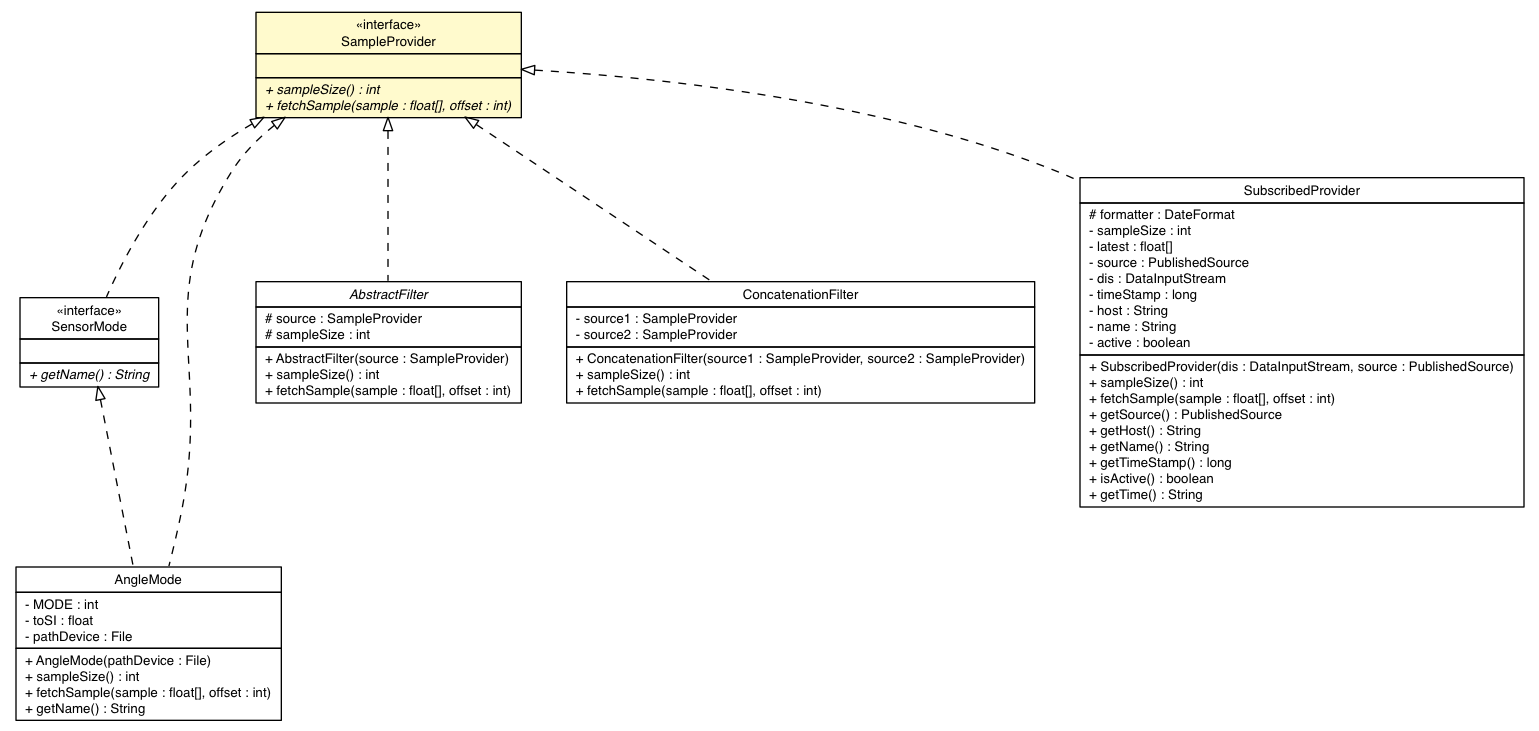
The Graphviz diagram docs/api/lejos/robotics/SampleProvider.png in DMyTryC/ev3dev-lang-java, before a commit. Its source is kept beside it as docs/api/lejos/robotics/SampleProvider.dot. The source it was exported from:
```dot

digraph G {
	edge [fontname="Helvetica",fontsize=10,labelfontname="Helvetica",labelfontsize=10];
	node [fontname="Helvetica",fontsize=10,shape=plaintext];
	nodesep=0.25;
	ranksep=0.5;
	c2984 [label=<<table title="ev3dev.hardware.sensor.SensorMode" border="0" cellborder="1" cellspacing="0" cellpadding="2" port="p" href="../../ev3dev/hardware/sensor/SensorMode.html">
		<tr><td><table border="0" cellspacing="0" cellpadding="1">
<tr><td align="center" balign="center"> &#171;interface&#187; </td></tr>
<tr><td align="center" balign="center"> SensorMode </td></tr>
		</table></td></tr>
		<tr><td><table border="0" cellspacing="0" cellpadding="1">
<tr><td align="left" balign="left">  </td></tr>
		</table></td></tr>
		<tr><td><table border="0" cellspacing="0" cellpadding="1">
<tr><td align="left" balign="left"><font face="Helvetica-Oblique" point-size="10.0"> + getName() : String </font></td></tr>
		</table></td></tr>
		</table>>, URL="../../ev3dev/hardware/sensor/SensorMode.html", fontname="Helvetica", fontcolor="black", fontsize=10.0];
	c2987 [label=<<table title="ev3dev.hardware.sensor.ev3.EV3GyroSensor.AngleMode" border="0" cellborder="1" cellspacing="0" cellpadding="2" port="p" href="../../ev3dev/hardware/sensor/ev3/EV3GyroSensor.AngleMode.html">
		<tr><td><table border="0" cellspacing="0" cellpadding="1">
<tr><td align="center" balign="center"> AngleMode </td></tr>
		</table></td></tr>
		<tr><td><table border="0" cellspacing="0" cellpadding="1">
<tr><td align="left" balign="left"> - MODE : int </td></tr>
<tr><td align="left" balign="left"> - toSI : float </td></tr>
<tr><td align="left" balign="left"> - pathDevice : File </td></tr>
		</table></td></tr>
		<tr><td><table border="0" cellspacing="0" cellpadding="1">
<tr><td align="left" balign="left"> + AngleMode(pathDevice : File) </td></tr>
<tr><td align="left" balign="left"> + sampleSize() : int </td></tr>
<tr><td align="left" balign="left"> + fetchSample(sample : float[], offset : int) </td></tr>
<tr><td align="left" balign="left"> + getName() : String </td></tr>
		</table></td></tr>
		</table>>, URL="../../ev3dev/hardware/sensor/ev3/EV3GyroSensor.AngleMode.html", fontname="Helvetica", fontcolor="black", fontsize=10.0];
	c2998 [label=<<table title="lejos.robotics.SampleProvider" border="0" cellborder="1" cellspacing="0" cellpadding="2" port="p" bgcolor="lemonChiffon" href="./SampleProvider.html">
		<tr><td><table border="0" cellspacing="0" cellpadding="1">
<tr><td align="center" balign="center"> &#171;interface&#187; </td></tr>
<tr><td align="center" balign="center"> SampleProvider </td></tr>
		</table></td></tr>
		<tr><td><table border="0" cellspacing="0" cellpadding="1">
<tr><td align="left" balign="left">  </td></tr>
		</table></td></tr>
		<tr><td><table border="0" cellspacing="0" cellpadding="1">
<tr><td align="left" balign="left"><font face="Helvetica-Oblique" point-size="10.0"> + sampleSize() : int </font></td></tr>
<tr><td align="left" balign="left"><font face="Helvetica-Oblique" point-size="10.0"> + fetchSample(sample : float[], offset : int) </font></td></tr>
		</table></td></tr>
		</table>>, URL="./SampleProvider.html", fontname="Helvetica", fontcolor="black", fontsize=10.0];
	c3002 [label=<<table title="lejos.robotics.filter.AbstractFilter" border="0" cellborder="1" cellspacing="0" cellpadding="2" port="p" href="./filter/AbstractFilter.html">
		<tr><td><table border="0" cellspacing="0" cellpadding="1">
<tr><td align="center" balign="center"><font face="Helvetica-Oblique"> AbstractFilter </font></td></tr>
		</table></td></tr>
		<tr><td><table border="0" cellspacing="0" cellpadding="1">
<tr><td align="left" balign="left"> # source : SampleProvider </td></tr>
<tr><td align="left" balign="left"> # sampleSize : int </td></tr>
		</table></td></tr>
		<tr><td><table border="0" cellspacing="0" cellpadding="1">
<tr><td align="left" balign="left"> + AbstractFilter(source : SampleProvider) </td></tr>
<tr><td align="left" balign="left"> + sampleSize() : int </td></tr>
<tr><td align="left" balign="left"> + fetchSample(sample : float[], offset : int) </td></tr>
		</table></td></tr>
		</table>>, URL="./filter/AbstractFilter.html", fontname="Helvetica", fontcolor="black", fontsize=10.0];
	c3004 [label=<<table title="lejos.robotics.filter.ConcatenationFilter" border="0" cellborder="1" cellspacing="0" cellpadding="2" port="p" href="./filter/ConcatenationFilter.html">
		<tr><td><table border="0" cellspacing="0" cellpadding="1">
<tr><td align="center" balign="center"> ConcatenationFilter </td></tr>
		</table></td></tr>
		<tr><td><table border="0" cellspacing="0" cellpadding="1">
<tr><td align="left" balign="left"> - source1 : SampleProvider </td></tr>
<tr><td align="left" balign="left"> - source2 : SampleProvider </td></tr>
		</table></td></tr>
		<tr><td><table border="0" cellspacing="0" cellpadding="1">
<tr><td align="left" balign="left"> + ConcatenationFilter(source1 : SampleProvider, source2 : SampleProvider) </td></tr>
<tr><td align="left" balign="left"> + sampleSize() : int </td></tr>
<tr><td align="left" balign="left"> + fetchSample(sample : float[], offset : int) </td></tr>
		</table></td></tr>
		</table>>, URL="./filter/ConcatenationFilter.html", fontname="Helvetica", fontcolor="black", fontsize=10.0];
	c3021 [label=<<table title="lejos.robotics.filter.SubscribedProvider" border="0" cellborder="1" cellspacing="0" cellpadding="2" port="p" href="./filter/SubscribedProvider.html">
		<tr><td><table border="0" cellspacing="0" cellpadding="1">
<tr><td align="center" balign="center"> SubscribedProvider </td></tr>
		</table></td></tr>
		<tr><td><table border="0" cellspacing="0" cellpadding="1">
<tr><td align="left" balign="left"> # formatter : DateFormat </td></tr>
<tr><td align="left" balign="left"> - sampleSize : int </td></tr>
<tr><td align="left" balign="left"> - latest : float[] </td></tr>
<tr><td align="left" balign="left"> - source : PublishedSource </td></tr>
<tr><td align="left" balign="left"> - dis : DataInputStream </td></tr>
<tr><td align="left" balign="left"> - timeStamp : long </td></tr>
<tr><td align="left" balign="left"> - host : String </td></tr>
<tr><td align="left" balign="left"> - name : String </td></tr>
<tr><td align="left" balign="left"> - active : boolean </td></tr>
		</table></td></tr>
		<tr><td><table border="0" cellspacing="0" cellpadding="1">
<tr><td align="left" balign="left"> + SubscribedProvider(dis : DataInputStream, source : PublishedSource) </td></tr>
<tr><td align="left" balign="left"> + sampleSize() : int </td></tr>
<tr><td align="left" balign="left"> + fetchSample(sample : float[], offset : int) </td></tr>
<tr><td align="left" balign="left"> + getSource() : PublishedSource </td></tr>
<tr><td align="left" balign="left"> + getHost() : String </td></tr>
<tr><td align="left" balign="left"> + getName() : String </td></tr>
<tr><td align="left" balign="left"> + getTimeStamp() : long </td></tr>
<tr><td align="left" balign="left"> + isActive() : boolean </td></tr>
<tr><td align="left" balign="left"> + getTime() : String </td></tr>
		</table></td></tr>
		</table>>, URL="./filter/SubscribedProvider.html", fontname="Helvetica", fontcolor="black", fontsize=10.0];
	c2998:p -> c2984:p [dir=back,arrowtail=empty,style=dashed];
	c2998:p -> c2987:p [dir=back,arrowtail=empty,style=dashed];
	c2984:p -> c2987:p [dir=back,arrowtail=empty,style=dashed];
	c2998:p -> c3002:p [dir=back,arrowtail=empty,style=dashed];
	c2998:p -> c3004:p [dir=back,arrowtail=empty,style=dashed];
	c2998:p -> c3021:p [dir=back,arrowtail=empty,style=dashed];
}
```
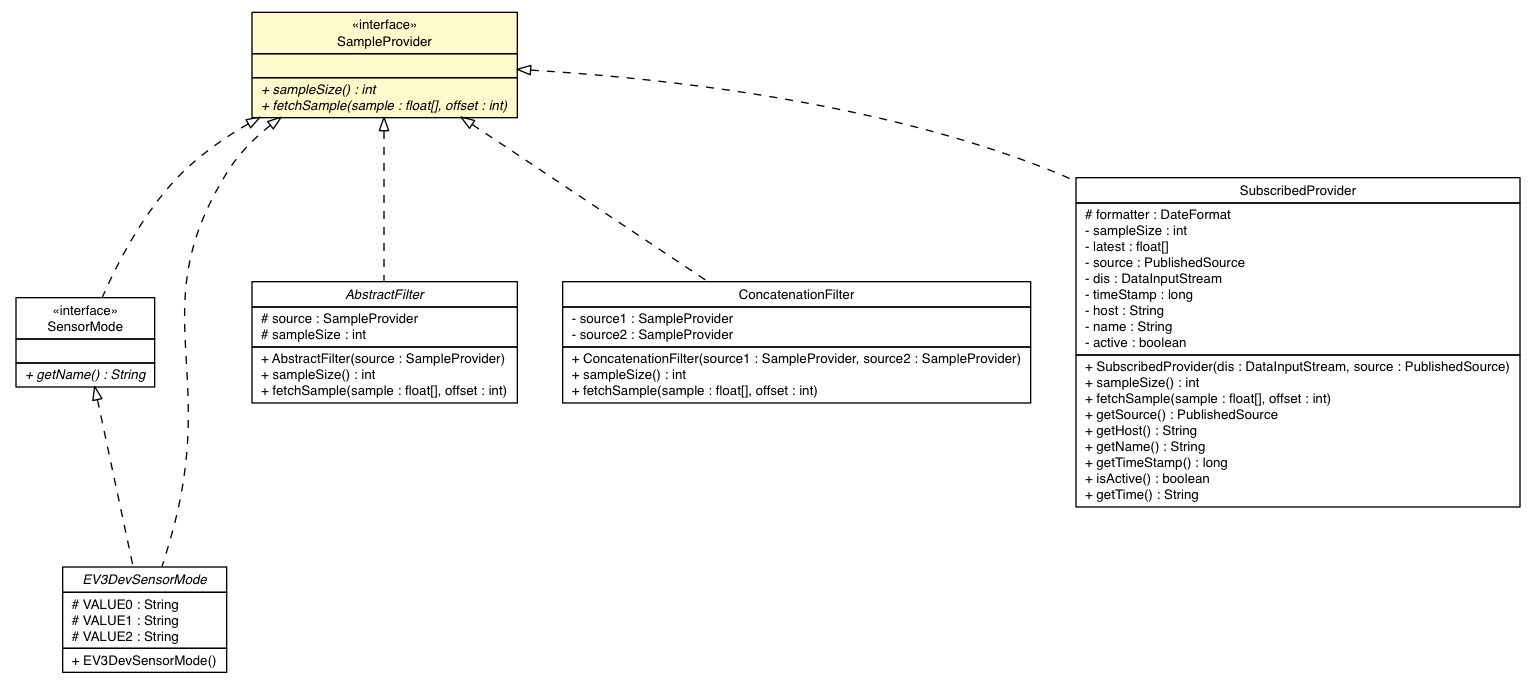
After the change.

What changed in the source:
```diff
@@ -4,7 +4,7 @@
 	node [fontname="Helvetica",fontsize=10,shape=plaintext];
 	nodesep=0.25;
 	ranksep=0.5;
-	c2984 [label=<<table title="ev3dev.hardware.sensor.SensorMode" border="0" cellborder="1" cellspacing="0" cellpadding="2" port="p" href="../../ev3dev/hardware/sensor/SensorMode.html">
+	c4919 [label=<<table title="ev3dev.hardware.sensor.SensorMode" border="0" cellborder="1" cellspacing="0" cellpadding="2" port="p" href="../../ev3dev/hardware/sensor/SensorMode.html">
 		<tr><td><table border="0" cellspacing="0" cellpadding="1">
 <tr><td align="center" balign="center"> &#171;interface&#187; </td></tr>
 <tr><td align="center" balign="center"> SensorMode </td></tr>
@@ -16,23 +16,20 @@
 <tr><td align="left" balign="left"><font face="Helvetica-Oblique" point-size="10.0"> + getName() : String </font></td></tr>
 		</table></td></tr>
 		</table>>, URL="../../ev3dev/hardware/sensor/SensorMode.html", fontname="Helvetica", fontcolor="black", fontsize=10.0];
-	c2987 [label=<<table title="ev3dev.hardware.sensor.ev3.EV3GyroSensor.AngleMode" border="0" cellborder="1" cellspacing="0" cellpadding="2" port="p" href="../../ev3dev/hardware/sensor/ev3/EV3GyroSensor.AngleMode.html">
+	c4926 [label=<<table title="ev3dev.hardware.sensor.ev3.EV3DevSensorMode" border="0" cellborder="1" cellspacing="0" cellpadding="2" port="p" href="../../ev3dev/hardware/sensor/ev3/EV3DevSensorMode.html">
 		<tr><td><table border="0" cellspacing="0" cellpadding="1">
-<tr><td align="center" balign="center"> AngleMode </td></tr>
+<tr><td align="center" balign="center"><font face="Helvetica-Oblique"> EV3DevSensorMode </font></td></tr>
 		</table></td></tr>
 		<tr><td><table border="0" cellspacing="0" cellpadding="1">
-<tr><td align="left" balign="left"> - MODE : int </td></tr>
-<tr><td align="left" balign="left"> - toSI : float </td></tr>
-<tr><td align="left" balign="left"> - pathDevice : File </td></tr>
+<tr><td align="left" balign="left"> # VALUE0 : String </td></tr>
+<tr><td align="left" balign="left"> # VALUE1 : String </td></tr>
+<tr><td align="left" balign="left"> # VALUE2 : String </td></tr>
 		</table></td></tr>
 		<tr><td><table border="0" cellspacing="0" cellpadding="1">
-<tr><td align="left" balign="left"> + AngleMode(pathDevice : File) </td></tr>
-<tr><td align="left" balign="left"> + sampleSize() : int </td></tr>
-<tr><td align="left" balign="left"> + fetchSample(sample : float[], offset : int) </td></tr>
-<tr><td align="left" balign="left"> + getName() : String </td></tr>
+<tr><td align="left" balign="left"> + EV3DevSensorMode() </td></tr>
 		</table></td></tr>
-		</table>>, URL="../../ev3dev/hardware/sensor/ev3/EV3GyroSensor.AngleMode.html", fontname="Helvetica", fontcolor="black", fontsize=10.0];
-	c2998 [label=<<table title="lejos.robotics.SampleProvider" border="0" cellborder="1" cellspacing="0" cellpadding="2" port="p" bgcolor="lemonChiffon" href="./SampleProvider.html">
+		</table>>, URL="../../ev3dev/hardware/sensor/ev3/EV3DevSensorMode.html", fontname="Helvetica", fontcolor="black", fontsize=10.0];
+	c4947 [label=<<table title="lejos.robotics.SampleProvider" border="0" cellborder="1" cellspacing="0" cellpadding="2" port="p" bgcolor="lemonChiffon" href="./SampleProvider.html">
 		<tr><td><table border="0" cellspacing="0" cellpadding="1">
 <tr><td align="center" balign="center"> &#171;interface&#187; </td></tr>
 <tr><td align="center" balign="center"> SampleProvider </td></tr>
@@ -45,7 +42,7 @@
 <tr><td align="left" balign="left"><font face="Helvetica-Oblique" point-size="10.0"> + fetchSample(sample : float[], offset : int) </font></td></tr>
 		</table></td></tr>
 		</table>>, URL="./SampleProvider.html", fontname="Helvetica", fontcolor="black", fontsize=10.0];
-	c3002 [label=<<table title="lejos.robotics.filter.AbstractFilter" border="0" cellborder="1" cellspacing="0" cellpadding="2" port="p" href="./filter/AbstractFilter.html">
+	c4951 [label=<<table title="lejos.robotics.filter.AbstractFilter" border="0" cellborder="1" cellspacing="0" cellpadding="2" port="p" href="./filter/AbstractFilter.html">
 		<tr><td><table border="0" cellspacing="0" cellpadding="1">
 <tr><td align="center" balign="center"><font face="Helvetica-Oblique"> AbstractFilter </font></td></tr>
 		</table></td></tr>
@@ -59,7 +56,7 @@
 <tr><td align="left" balign="left"> + fetchSample(sample : float[], offset : int) </td></tr>
 		</table></td></tr>
 		</table>>, URL="./filter/AbstractFilter.html", fontname="Helvetica", fontcolor="black", fontsize=10.0];
-	c3004 [label=<<table title="lejos.robotics.filter.ConcatenationFilter" border="0" cellborder="1" cellspacing="0" cellpadding="2" port="p" href="./filter/ConcatenationFilter.html">
+	c4952 [label=<<table title="lejos.robotics.filter.ConcatenationFilter" border="0" cellborder="1" cellspacing="0" cellpadding="2" port="p" href="./filter/ConcatenationFilter.html">
 		<tr><td><table border="0" cellspacing="0" cellpadding="1">
 <tr><td align="center" balign="center"> ConcatenationFilter </td></tr>
 		</table></td></tr>
@@ -73,7 +70,7 @@
 <tr><td align="left" balign="left"> + fetchSample(sample : float[], offset : int) </td></tr>
 		</table></td></tr>
 		</table>>, URL="./filter/ConcatenationFilter.html", fontname="Helvetica", fontcolor="black", fontsize=10.0];
-	c3021 [label=<<table title="lejos.robotics.filter.SubscribedProvider" border="0" cellborder="1" cellspacing="0" cellpadding="2" port="p" href="./filter/SubscribedProvider.html">
+	c4969 [label=<<table title="lejos.robotics.filter.SubscribedProvider" border="0" cellborder="1" cellspacing="0" cellpadding="2" port="p" href="./filter/SubscribedProvider.html">
 		<tr><td><table border="0" cellspacing="0" cellpadding="1">
 <tr><td align="center" balign="center"> SubscribedProvider </td></tr>
 		</table></td></tr>
@@ -100,10 +97,10 @@
 <tr><td align="left" balign="left"> + getTime() : String </td></tr>
 		</table></td></tr>
 		</table>>, URL="./filter/SubscribedProvider.html", fontname="Helvetica", fontcolor="black", fontsize=10.0];
-	c2998:p -> c2984:p [dir=back,arrowtail=empty,style=dashed];
-	c2998:p -> c2987:p [dir=back,arrowtail=empty,style=dashed];
-	c2984:p -> c2987:p [dir=back,arrowtail=empty,style=dashed];
-	c2998:p -> c3002:p [dir=back,arrowtail=empty,style=dashed];
-	c2998:p -> c3004:p [dir=back,arrowtail=empty,style=dashed];
-	c2998:p -> c3021:p [dir=back,arrowtail=empty,style=dashed];
+	c4947:p -> c4919:p [dir=back,arrowtail=empty,style=dashed];
+	c4947:p -> c4926:p [dir=back,arrowtail=empty,style=dashed];
+	c4919:p -> c4926:p [dir=back,arrowtail=empty,style=dashed];
+	c4947:p -> c4951:p [dir=back,arrowtail=empty,style=dashed];
+	c4947:p -> c4952:p [dir=back,arrowtail=empty,style=dashed];
+	c4947:p -> c4969:p [dir=back,arrowtail=empty,style=dashed];
 }
```
